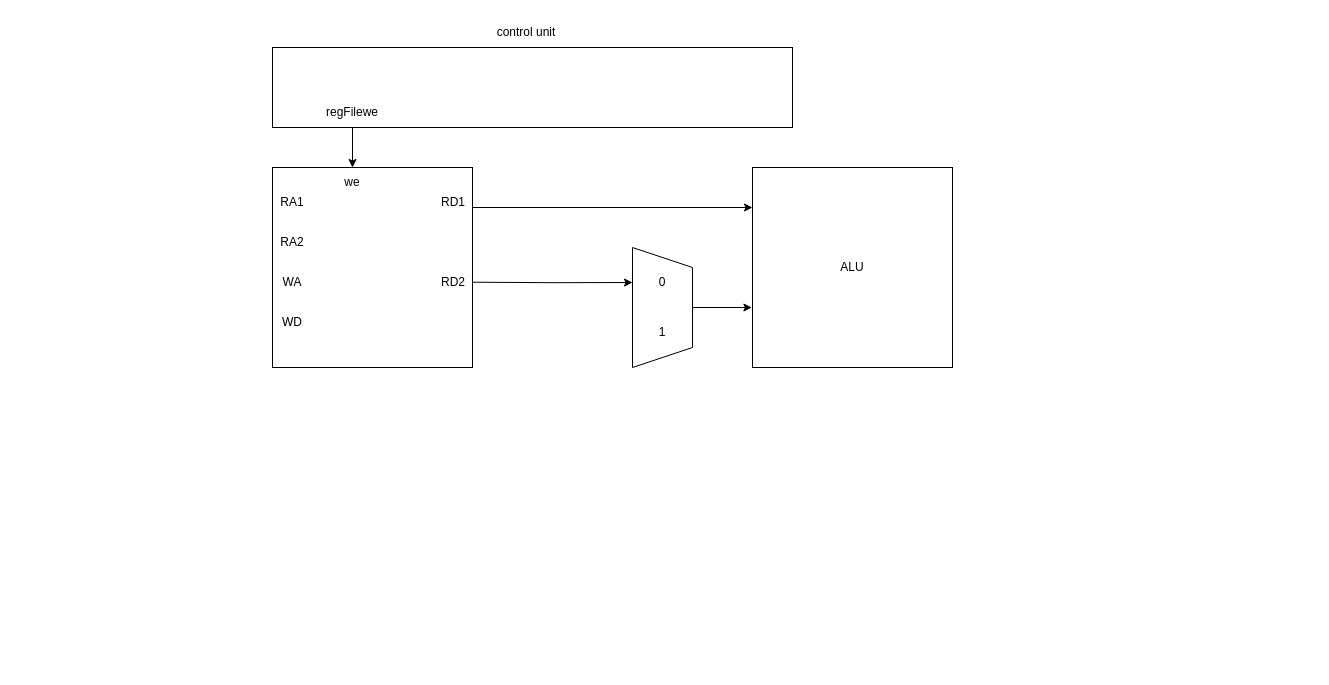
Above: 제목 없는 다이어그램.drawio in Friday930/draw_io (draw.io), before the change. Source tidied: cells renumbered, new cells numbered last; positions are measured from the earlier drawing's top-left corner, leaving out a move shared by most shapes. Both pictures are drawn from the tidied source at 100%, with x=0, y=0 at pixel (262, 17).
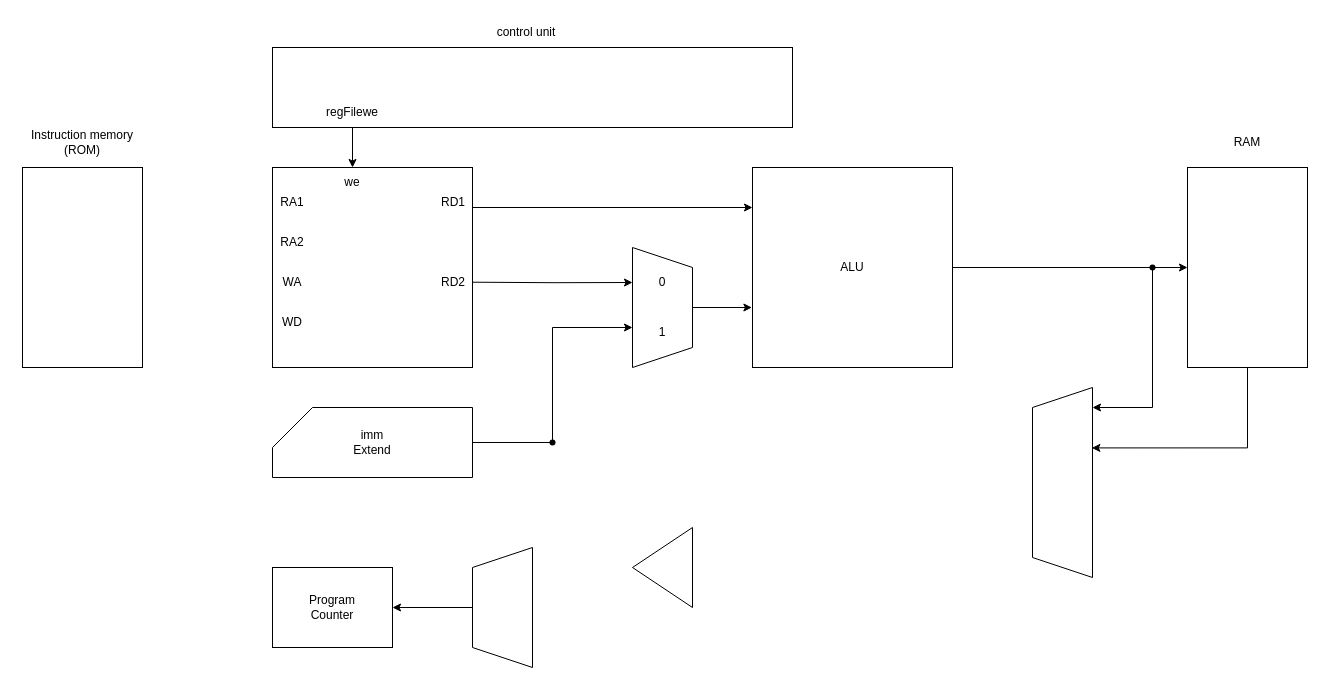
The same diagram, later.

Commit message (it also covers changes not shown here):
제목 없는 다이어그램.drawio 업데이트

Unchanged cells that the change refers to:
```xml
<mxCell id="15" value="1" style="text;html=1;align=center;verticalAlign=middle;whiteSpace=wrap;rounded=0;" parent="1" vertex="1">
  <mxGeometry x="370" y="300" width="60" height="30" as="geometry" />
</mxCell>
<mxCell id="16" value="ALU" style="whiteSpace=wrap;html=1;" parent="1" vertex="1">
  <mxGeometry x="490" y="150" width="200" height="200" as="geometry" />
</mxCell>
```

Change to the diagram source:
```diff
@@
+    <mxCell id="21" style="edgeStyle=orthogonalEdgeStyle;rounded=0;jettySize=auto;html=1;entryX=0;entryY=0.5;entryDx=0;entryDy=0;" parent="1" edge="1" source="16" target="33">
+      <mxGeometry relative="1" as="geometry" />
+    </mxCell>
@@
+    <mxCell id="22" style="edgeStyle=orthogonalEdgeStyle;rounded=0;jettySize=auto;html=1;entryX=0;entryY=0.333;entryDx=0;entryDy=0;entryPerimeter=0;" parent="1" edge="1" source="23" target="15">
+      <mxGeometry relative="1" as="geometry">
+        <Array as="points">
+          <mxPoint x="290" y="425" />
+          <mxPoint x="290" y="310" />
+        </Array>
+      </mxGeometry>
+    </mxCell>
+    <mxCell id="23" value="imm&lt;div&gt;Extend&lt;/div&gt;" style="shape=card;whiteSpace=wrap;html=1;size=40;" parent="1" vertex="1">
+      <mxGeometry x="10" y="390" width="200" height="70" as="geometry" />
+    </mxCell>
+    <mxCell id="24" style="rounded=0;whiteSpace=wrap;html=1;" parent="1" vertex="1">
+      <mxGeometry x="-240" y="150" width="120" height="200" as="geometry" />
+    </mxCell>
+    <mxCell id="25" value="Instruction memory&lt;div&gt;(ROM)&lt;/div&gt;" style="text;html=1;align=center;verticalAlign=middle;whiteSpace=wrap;rounded=0;" parent="1" vertex="1">
+      <mxGeometry x="-245" y="110" width="130" height="30" as="geometry" />
+    </mxCell>
+    <mxCell id="26" value="Program&lt;div&gt;Counter&lt;/div&gt;" style="rounded=0;whiteSpace=wrap;html=1;" parent="1" vertex="1">
+      <mxGeometry x="10" y="550" width="120" height="80" as="geometry" />
+    </mxCell>
+    <mxCell id="27" style="edgeStyle=orthogonalEdgeStyle;rounded=0;jettySize=auto;html=1;" parent="1" edge="1" source="28" target="26">
+      <mxGeometry relative="1" as="geometry" />
+    </mxCell>
+    <mxCell id="28" style="shape=trapezoid;perimeter=trapezoidPerimeter;whiteSpace=wrap;html=1;fixedSize=1;direction=north;" parent="1" vertex="1">
+      <mxGeometry x="210" y="530" width="60" height="120" as="geometry" />
+    </mxCell>
+    <mxCell id="29" style="shape=waypoint;sketch=0;fillStyle=solid;size=6;fillColor=none;perimeter=centerPerimeter;" parent="1" vertex="1">
+      <mxGeometry x="280" y="415" width="20" height="20" as="geometry" />
+    </mxCell>
+    <mxCell id="30" style="triangle;whiteSpace=wrap;html=1;direction=west;" parent="1" vertex="1">
+      <mxGeometry x="370" y="510" width="60" height="80" as="geometry" />
+    </mxCell>
+    <mxCell id="31" style="shape=trapezoid;perimeter=trapezoidPerimeter;whiteSpace=wrap;html=1;fixedSize=1;direction=north;" parent="1" vertex="1">
+      <mxGeometry x="770" y="370" width="60" height="190" as="geometry" />
+    </mxCell>
+    <mxCell id="32" style="edgeStyle=orthogonalEdgeStyle;rounded=0;jettySize=auto;html=1;entryX=0.682;entryY=0.989;entryDx=0;entryDy=0;entryPerimeter=0;" parent="1" edge="1" source="33" target="31">
+      <mxGeometry relative="1" as="geometry">
+        <Array as="points">
+          <mxPoint x="985" y="430" />
+        </Array>
+      </mxGeometry>
+    </mxCell>
+    <mxCell id="33" style="rounded=0;whiteSpace=wrap;html=1;" parent="1" vertex="1">
+      <mxGeometry x="925" y="150" width="120" height="200" as="geometry" />
+    </mxCell>
+    <mxCell id="34" value="RAM" style="text;html=1;align=center;verticalAlign=middle;whiteSpace=wrap;rounded=0;" parent="1" vertex="1">
+      <mxGeometry x="920" y="110" width="130" height="30" as="geometry" />
+    </mxCell>
+    <mxCell id="35" style="shape=waypoint;sketch=0;fillStyle=solid;size=6;fillColor=none;perimeter=centerPerimeter;" parent="1" vertex="1">
+      <mxGeometry x="880" y="240" width="20" height="20" as="geometry" />
+    </mxCell>
+    <mxCell id="36" style="endArrow=classic;html=1;rounded=0;" parent="1" edge="1">
+      <mxGeometry relative="1" as="geometry">
+        <mxPoint x="890" y="250" as="sourcePoint" />
+        <mxPoint x="830" y="390" as="targetPoint" />
+        <Array as="points">
+          <mxPoint x="890" y="390" />
+        </Array>
+      </mxGeometry>
+    </mxCell>
```
